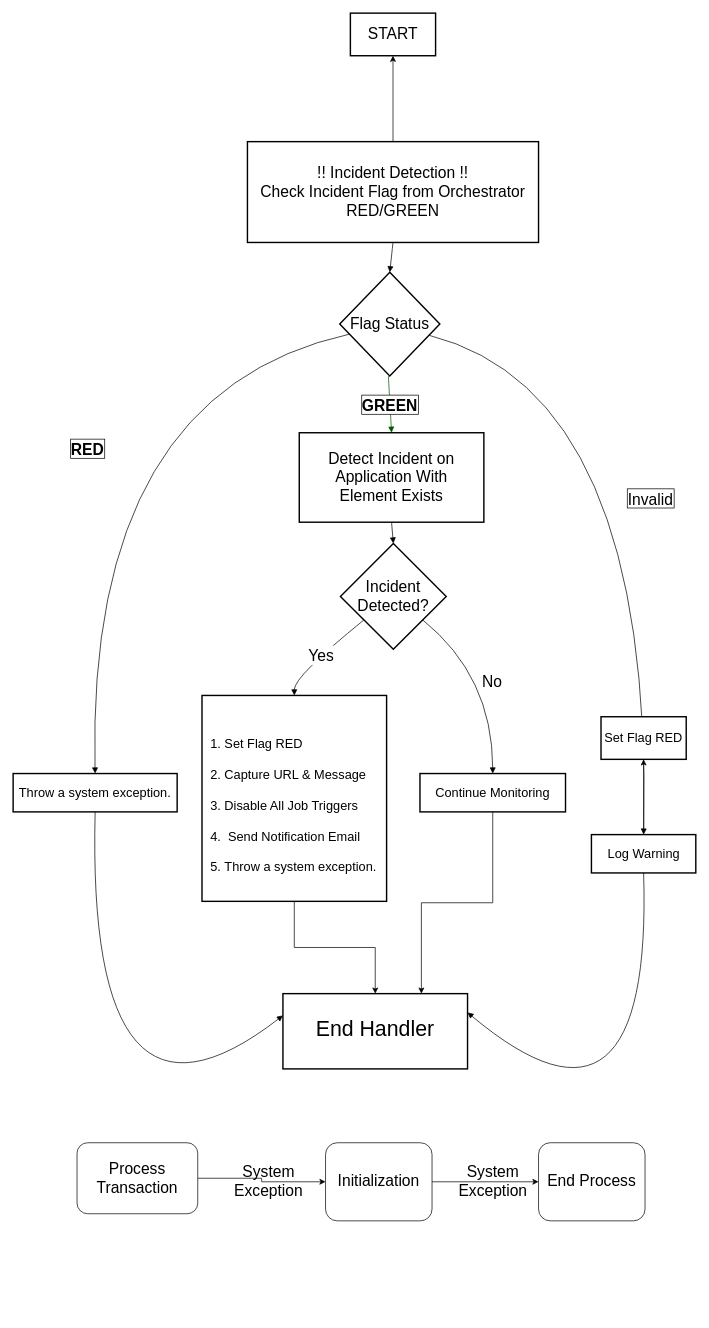
Above: Untitled Diagram.drawio in harshitsharmatpg/vault (draw.io), before the change. Source tidied: cells renumbered, new cells numbered last; positions are measured from the earlier drawing's top-left corner, leaving out a move shared by most shapes. Both pictures are drawn from the tidied source at 71%, with x=0, y=0 at pixel (13, 13).
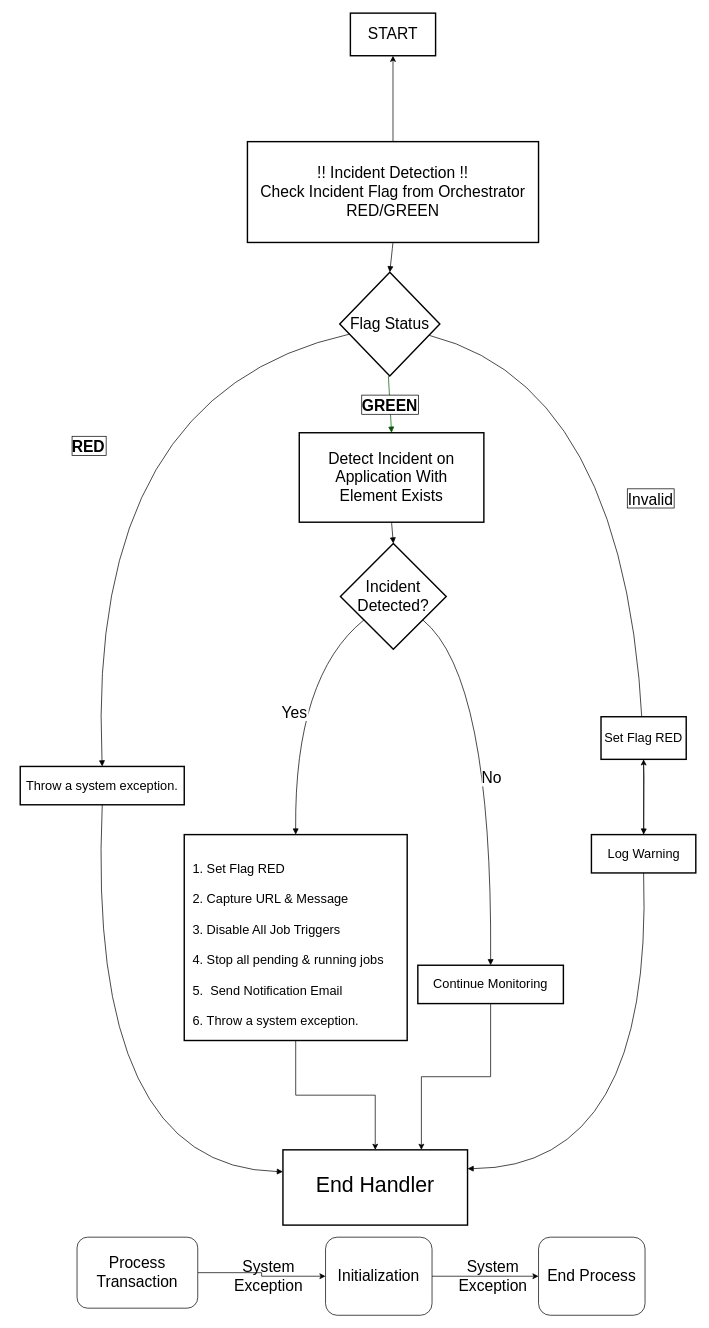
Above is the later version.

Commit message:
Final DIH Feb 26

Change to the diagram source:
```diff
@@
     <mxCell id="5" value="Throw a system exception." style="whiteSpace=wrap;strokeWidth=2;fontSize=18;" parent="1" vertex="1">
-      <mxGeometry y="1071" width="231" height="54" as="geometry" />
+      <mxGeometry x="10" y="1061" width="231" height="54" as="geometry" />
     </mxCell>
@@
-    <mxCell id="11" value="&#10;  1. Set Flag RED &#10;    &#10;  2. Capture URL &amp; Message&#10;&#10;  3. Disable All Job Triggers&#10;&#10;  4.  Send Notification Email&#10;&#10;  5. Throw a system exception." style="whiteSpace=wrap;strokeWidth=2;fontSize=18;align=left;" parent="1" vertex="1">
-      <mxGeometry x="266" y="961" width="260" height="290" as="geometry" />
+    <mxCell id="11" value="&#10;  1. Set Flag RED &#10;    &#10;  2. Capture URL &amp; Message&#10;&#10;  3. Disable All Job Triggers&#10;&#10;  4. Stop all pending &amp; running jobs&#10;&#10;  5.  Send Notification Email&#10;&#10;  6. Throw a system exception." style="whiteSpace=wrap;strokeWidth=2;fontSize=18;align=left;" parent="1" vertex="1">
+      <mxGeometry x="241" y="1157" width="314" height="290" as="geometry" />
     </mxCell>
@@
     <mxCell id="13" value="Continue Monitoring" style="whiteSpace=wrap;strokeWidth=2;fontSize=18;" parent="1" vertex="1">
-      <mxGeometry x="573" y="1071" width="205" height="54" as="geometry" />
+      <mxGeometry x="570" y="1341" width="205" height="54" as="geometry" />
     </mxCell>
     <mxCell id="14" value="End Handler&#10;" style="whiteSpace=wrap;strokeWidth=2;fontSize=30;verticalAlign=bottom;" parent="1" vertex="1">
-      <mxGeometry x="380" y="1381" width="260" height="106" as="geometry" />
+      <mxGeometry x="380" y="1601" width="260" height="106" as="geometry" />
     </mxCell>
@@
     <mxCell id="27" value="&lt;font style=&quot;font-size: 22px;&quot;&gt;Process Transaction&lt;/font&gt;" style="rounded=1;whiteSpace=wrap;html=1;" parent="1" vertex="1">
-      <mxGeometry x="90" y="1591" width="170" height="100" as="geometry" />
+      <mxGeometry x="90" y="1724" width="170" height="100" as="geometry" />
     </mxCell>
@@
     <mxCell id="29" value="&lt;font style=&quot;font-size: 22px;&quot;&gt;Initialization&lt;/font&gt;" style="rounded=1;whiteSpace=wrap;html=1;" parent="1" vertex="1">
-      <mxGeometry x="440" y="1591" width="150" height="110" as="geometry" />
+      <mxGeometry x="440" y="1724" width="150" height="110" as="geometry" />
     </mxCell>
     <mxCell id="30" value="&lt;font style=&quot;font-size: 22px;&quot;&gt;System Exception&lt;/font&gt;" style="text;html=1;whiteSpace=wrap;strokeColor=none;fillColor=none;align=center;verticalAlign=middle;rounded=0;" parent="1" vertex="1">
-      <mxGeometry x="330" y="1631" width="60" height="30" as="geometry" />
+      <mxGeometry x="330" y="1764" width="60" height="30" as="geometry" />
     </mxCell>
     <mxCell id="31" value="&lt;font style=&quot;font-size: 22px;&quot;&gt;End Process&lt;/font&gt;" style="rounded=1;whiteSpace=wrap;html=1;" parent="1" vertex="1">
-      <mxGeometry x="740" y="1591" width="150" height="110" as="geometry" />
+      <mxGeometry x="740" y="1724" width="150" height="110" as="geometry" />
     </mxCell>
     <mxCell id="32" value="&lt;font style=&quot;font-size: 22px;&quot;&gt;System Exception&lt;/font&gt;" style="text;html=1;whiteSpace=wrap;strokeColor=none;fillColor=none;align=center;verticalAlign=middle;rounded=0;" parent="1" vertex="1">
-      <mxGeometry x="645.5" y="1631" width="60" height="30" as="geometry" />
+      <mxGeometry x="645.5" y="1764" width="60" height="30" as="geometry" />
     </mxCell>
```
